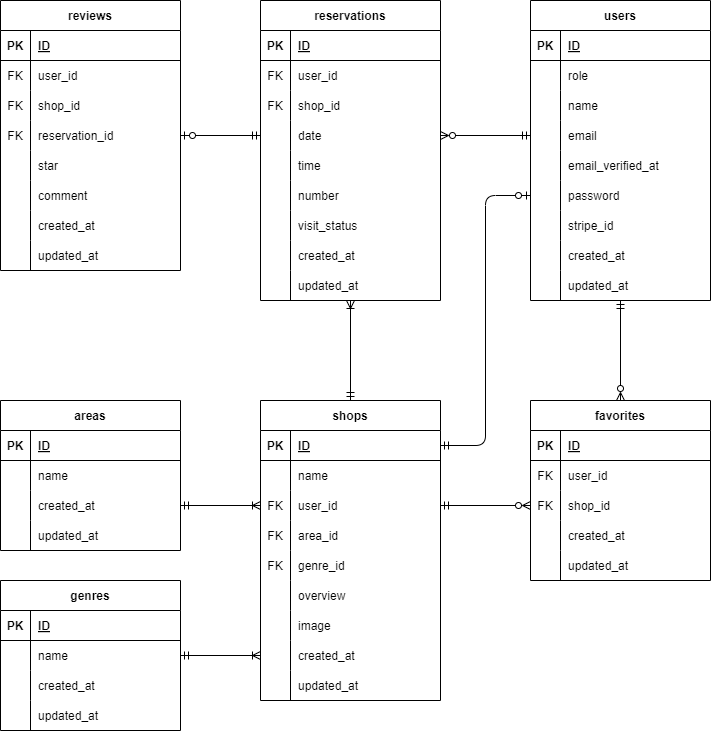
yasuhito-kitai/advanced_mock-case keeps this draw.io diagram as readme-img/er.png. Above is the earlier version. Source tidied: cells renumbered, new cells last; positions are measured from the earlier drawing's top-left corner, leaving out a move shared by most shapes.
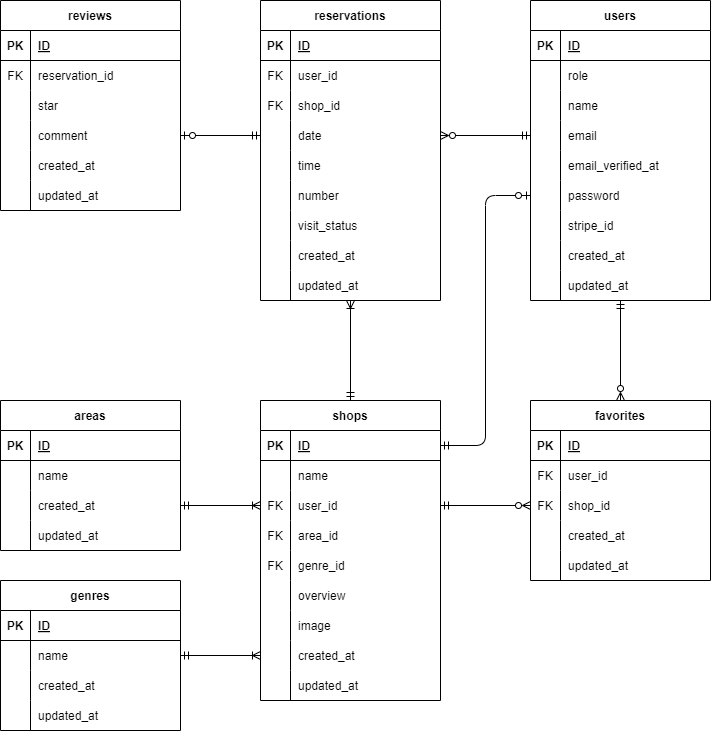
The same diagram one commit later.

What changed in the source:
```diff
@@ -381,7 +381,7 @@
       <mxGeometry x="30" width="150" height="30" as="geometry" />
     </mxCell>
     <mxCell id="128" value="reviews" style="shape=table;startSize=30;rowLines=0;fontStyle=1;align=center;" parent="1" vertex="1">
-      <mxGeometry width="180" height="270" as="geometry" />
+      <mxGeometry width="180" height="210" as="geometry" />
     </mxCell>
     <mxCell id="129" style="shape=tableRow;horizontal=0;startSize=0;swimlaneHead=0;swimlaneBody=0;fillColor=none;top=0;left=0;right=0;bottom=1;" parent="128" vertex="1">
       <mxGeometry y="30" width="180" height="30" as="geometry" />
@@ -392,26 +392,8 @@
     <mxCell id="131" value="ID" style="shape=partialRectangle;fillColor=none;top=0;left=0;bottom=0;right=0;align=left;spacingLeft=6;fontStyle=5;overflow=hidden;" parent="129" vertex="1">
       <mxGeometry x="30" width="150" height="30" as="geometry" />
     </mxCell>
-    <mxCell id="132" style="shape=tableRow;horizontal=0;startSize=0;swimlaneHead=0;swimlaneBody=0;fillColor=none;top=0;left=0;right=0;bottom=0;" parent="128" vertex="1">
-      <mxGeometry y="60" width="180" height="30" as="geometry" />
-    </mxCell>
-    <mxCell id="133" value="FK" style="shape=partialRectangle;fillColor=none;top=0;left=0;bottom=0;right=0;overflow=hidden;" parent="132" vertex="1">
-      <mxGeometry width="30" height="30" as="geometry" />
-    </mxCell>
-    <mxCell id="134" value="user_id" style="shape=partialRectangle;fillColor=none;top=0;left=0;bottom=0;right=0;align=left;spacingLeft=6;overflow=hidden;" parent="132" vertex="1">
-      <mxGeometry x="30" width="150" height="30" as="geometry" />
-    </mxCell>
-    <mxCell id="135" style="shape=tableRow;horizontal=0;startSize=0;swimlaneHead=0;swimlaneBody=0;fillColor=none;top=0;left=0;right=0;bottom=0;" parent="128" vertex="1">
-      <mxGeometry y="90" width="180" height="30" as="geometry" />
-    </mxCell>
-    <mxCell id="136" value="FK" style="shape=partialRectangle;fillColor=none;top=0;left=0;bottom=0;right=0;overflow=hidden;" parent="135" vertex="1">
-      <mxGeometry width="30" height="30" as="geometry" />
-    </mxCell>
-    <mxCell id="137" value="shop_id" style="shape=partialRectangle;fillColor=none;top=0;left=0;bottom=0;right=0;align=left;spacingLeft=6;overflow=hidden;" parent="135" vertex="1">
-      <mxGeometry x="30" width="150" height="30" as="geometry" />
-    </mxCell>
     <mxCell id="138" style="shape=tableRow;horizontal=0;startSize=0;swimlaneHead=0;swimlaneBody=0;fillColor=none;points=[[0,0.5],[1,0.5]];portConstraint=eastwest;top=0;left=0;right=0;bottom=0;" parent="128" vertex="1">
-      <mxGeometry y="120" width="180" height="30" as="geometry" />
+      <mxGeometry y="60" width="180" height="30" as="geometry" />
     </mxCell>
     <mxCell id="139" value="FK" style="shape=partialRectangle;fillColor=none;top=0;left=0;bottom=0;right=0;overflow=hidden;" parent="138" vertex="1">
       <mxGeometry width="30" height="30" as="geometry" />
@@ -420,7 +402,7 @@
       <mxGeometry x="30" width="150" height="30" as="geometry" />
     </mxCell>
     <mxCell id="141" style="shape=tableRow;horizontal=0;startSize=0;swimlaneHead=0;swimlaneBody=0;fillColor=none;top=0;left=0;right=0;bottom=0;" parent="128" vertex="1">
-      <mxGeometry y="150" width="180" height="30" as="geometry" />
+      <mxGeometry y="90" width="180" height="30" as="geometry" />
     </mxCell>
     <mxCell id="142" style="shape=partialRectangle;fillColor=none;top=0;left=0;bottom=0;right=0;overflow=hidden;" parent="141" vertex="1">
       <mxGeometry width="30" height="30" as="geometry" />
@@ -429,7 +411,7 @@
       <mxGeometry x="30" width="150" height="30" as="geometry" />
     </mxCell>
     <mxCell id="144" style="shape=tableRow;horizontal=0;startSize=0;swimlaneHead=0;swimlaneBody=0;fillColor=none;points=[[0,0.5],[1,0.5]];portConstraint=eastwest;top=0;left=0;right=0;bottom=0;" parent="128" vertex="1">
-      <mxGeometry y="180" width="180" height="30" as="geometry" />
+      <mxGeometry y="120" width="180" height="30" as="geometry" />
     </mxCell>
     <mxCell id="145" style="shape=partialRectangle;fillColor=none;top=0;left=0;bottom=0;right=0;overflow=hidden;" parent="144" vertex="1">
       <mxGeometry width="30" height="30" as="geometry" />
@@ -438,7 +420,7 @@
       <mxGeometry x="30" width="150" height="30" as="geometry" />
     </mxCell>
     <mxCell id="147" style="shape=tableRow;horizontal=0;startSize=0;swimlaneHead=0;swimlaneBody=0;fillColor=none;top=0;left=0;right=0;bottom=0;" parent="128" vertex="1">
-      <mxGeometry y="210" width="180" height="30" as="geometry" />
+      <mxGeometry y="150" width="180" height="30" as="geometry" />
     </mxCell>
     <mxCell id="148" style="shape=partialRectangle;fillColor=none;top=0;left=0;bottom=0;right=0;overflow=hidden;" parent="147" vertex="1">
       <mxGeometry width="30" height="30" as="geometry" />
@@ -447,7 +429,7 @@
       <mxGeometry x="30" width="150" height="30" as="geometry" />
     </mxCell>
     <mxCell id="150" style="shape=tableRow;horizontal=0;startSize=0;swimlaneHead=0;swimlaneBody=0;fillColor=none;top=0;left=0;right=0;bottom=0;" parent="128" vertex="1">
-      <mxGeometry y="240" width="180" height="30" as="geometry" />
+      <mxGeometry y="180" width="180" height="30" as="geometry" />
     </mxCell>
     <mxCell id="151" style="shape=partialRectangle;fillColor=none;top=0;left=0;bottom=0;right=0;overflow=hidden;" parent="150" vertex="1">
       <mxGeometry width="30" height="30" as="geometry" />
@@ -473,7 +455,7 @@
     <mxCell id="158" style="fontSize=12;html=1;endArrow=ERzeroToMany;startArrow=ERmandOne;endFill=0;entryX=1;entryY=0.5;entryDx=0;entryDy=0;" parent="1" edge="1" source="12" target="94">
       <mxGeometry relative="1" as="geometry" />
     </mxCell>
-    <mxCell id="159" style="fontSize=12;html=1;endArrow=ERzeroToOne;startArrow=ERmandOne;exitX=0;exitY=0.5;exitDx=0;exitDy=0;entryX=1;entryY=0.5;entryDx=0;entryDy=0;endFill=0;" parent="1" edge="1" source="94" target="138">
+    <mxCell id="159" style="fontSize=12;html=1;endArrow=ERzeroToOne;startArrow=ERmandOne;exitX=0;exitY=0.5;exitDx=0;exitDy=0;endFill=0;" parent="1" edge="1" source="94" target="144">
       <mxGeometry relative="1" as="geometry" />
     </mxCell>
     <mxCell id="160" style="fontSize=12;html=1;endArrow=ERoneToMany;startArrow=ERmandOne;startFill=0;endFill=0;" parent="1" edge="1" source="56" target="109">
```
